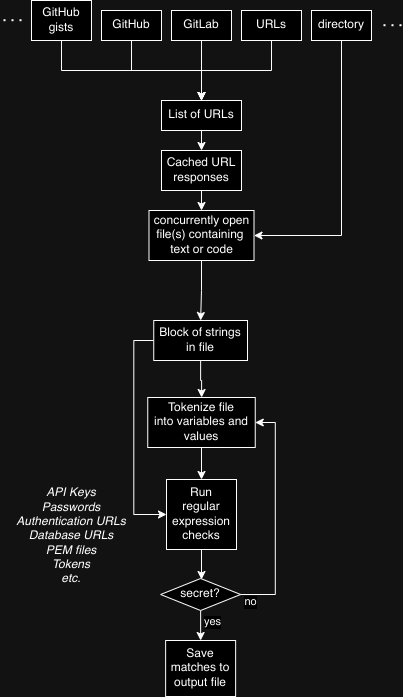
Earlier version of the draw.io export media/secretsnitch_basic.drawio.png (nyxragon/secretsnitch). Source tidied: cells renumbered, new cells last; positions are measured from the earlier drawing's top-left corner, leaving out a move shared by most shapes.
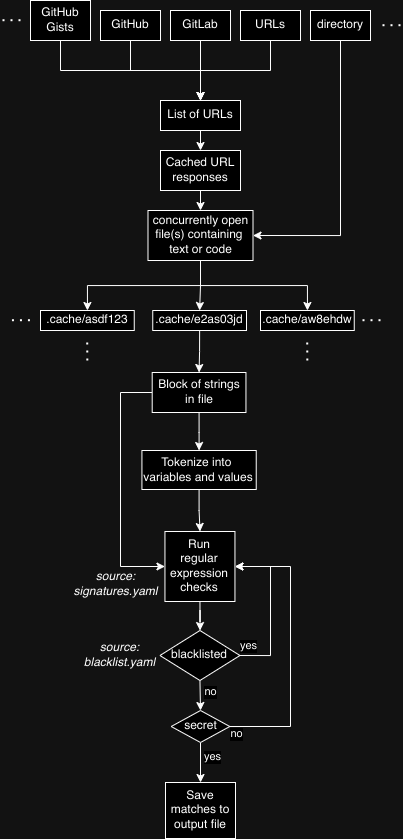
The same file after the commit.

What changed in the source:
```diff
@@ -2,9 +2,15 @@
   <root>
     <mxCell id="0" />
     <mxCell id="1" parent="0" />
-    <mxCell id="2" style="edgeStyle=orthogonalEdgeStyle;rounded=0;jettySize=auto;html=1;exitX=0.5;exitY=1;exitDx=0;exitDy=0;entryX=0.5;entryY=0;entryDx=0;entryDy=0;" parent="1" edge="1" source="3" target="27">
-      <mxGeometry relative="1" as="geometry" />
-    </mxCell>
+    <mxCell id="34" style="edgeStyle=orthogonalEdgeStyle;rounded=0;jettySize=auto;html=1;exitX=0.5;exitY=1;exitDx=0;exitDy=0;entryX=0.5;entryY=0;entryDx=0;entryDy=0;" parent="1" edge="1" source="3" target="39">
+      <mxGeometry relative="1" as="geometry" />
+    </mxCell>
+    <mxCell id="35" style="edgeStyle=orthogonalEdgeStyle;rounded=0;jettySize=auto;html=1;exitX=0.5;exitY=1;exitDx=0;exitDy=0;" parent="1" edge="1" source="3" target="37">
+      <mxGeometry relative="1" as="geometry" />
+    </mxCell>
+    <mxCell id="36" style="edgeStyle=orthogonalEdgeStyle;rounded=0;jettySize=auto;html=1;exitX=0.5;exitY=1;exitDx=0;exitDy=0;" parent="1" edge="1" source="3" target="40">
+      <mxGeometry relative="1" as="geometry" />
+    </mxCell>
     <mxCell id="3" value="concurrently open file(s) containing&amp;nbsp;&lt;div&gt;text or code&lt;/div&gt;" style="rounded=0;whiteSpace=wrap;html=1;" parent="1" vertex="1">
       <mxGeometry x="147.5" y="210" width="105" height="50" as="geometry" />
     </mxCell>
@@ -35,7 +41,7 @@
     <mxCell id="12" style="edgeStyle=orthogonalEdgeStyle;rounded=0;jettySize=auto;html=1;exitX=0.5;exitY=1;exitDx=0;exitDy=0;entryX=0.5;entryY=0;entryDx=0;entryDy=0;" parent="1" edge="1" source="13" target="16">
       <mxGeometry relative="1" as="geometry" />
     </mxCell>
-    <mxCell id="13" value="GitHub&lt;br&gt;gists" style="rounded=0;whiteSpace=wrap;html=1;" parent="1" vertex="1">
+    <mxCell id="13" value="GitHub&lt;br&gt;Gists" style="rounded=0;whiteSpace=wrap;html=1;" parent="1" vertex="1">
       <mxGeometry x="30" width="60" height="40" as="geometry" />
     </mxCell>
     <mxCell id="14" style="endArrow=none;dashed=1;html=1;dashPattern=1 3;strokeWidth=2;rounded=0;" parent="1" edge="1">
@@ -65,31 +71,34 @@
     <mxCell id="20" style="edgeStyle=orthogonalEdgeStyle;rounded=0;jettySize=auto;html=1;exitX=0.5;exitY=1;exitDx=0;exitDy=0;" parent="1" edge="1" source="21" target="23">
       <mxGeometry relative="1" as="geometry" />
     </mxCell>
-    <mxCell id="21" value="Tokenize file&lt;br&gt;into variables and values" style="rounded=0;whiteSpace=wrap;html=1;" parent="1" vertex="1">
-      <mxGeometry x="146.2" y="397" width="107.5" height="50" as="geometry" />
+    <mxCell id="21" value="Tokenize into&amp;nbsp;&lt;div&gt;variables and values&lt;/div&gt;" style="rounded=0;whiteSpace=wrap;html=1;" parent="1" vertex="1">
+      <mxGeometry x="141.4" y="450" width="114.3" height="39" as="geometry" />
     </mxCell>
-    <mxCell id="22" style="edgeStyle=orthogonalEdgeStyle;rounded=0;jettySize=auto;html=1;exitX=0.5;exitY=1;exitDx=0;exitDy=0;entryX=0.5;entryY=0;entryDx=0;entryDy=0;" parent="1" edge="1" source="23">
-      <mxGeometry relative="1" as="geometry">
-        <mxPoint x="200" y="579" as="targetPoint" />
-      </mxGeometry>
+    <mxCell id="22" style="edgeStyle=orthogonalEdgeStyle;rounded=0;jettySize=auto;html=1;exitX=0.5;exitY=1;exitDx=0;exitDy=0;" parent="1" edge="1" source="23" target="49">
+      <mxGeometry relative="1" as="geometry" />
     </mxCell>
     <mxCell id="23" value="Run&lt;br&gt;regular expression checks" style="rounded=0;whiteSpace=wrap;html=1;" parent="1" vertex="1">
-      <mxGeometry x="165" y="479" width="70" height="70" as="geometry" />
+      <mxGeometry x="164.4" y="531" width="70" height="70" as="geometry" />
     </mxCell>
-    <mxCell id="24" value="&lt;i&gt;API Keys&lt;br&gt;Passwords&lt;br&gt;Authentication URLs&lt;/i&gt;&lt;div&gt;&lt;i&gt;Database URLs&lt;br&gt;PEM files&lt;/i&gt;&lt;/div&gt;&lt;div&gt;&lt;i&gt;Tokens&lt;/i&gt;&lt;/div&gt;&lt;div&gt;&lt;i&gt;etc.&lt;/i&gt;&lt;/div&gt;" style="text;html=1;align=center;verticalAlign=middle;whiteSpace=wrap;rounded=0;" parent="1" vertex="1">
-      <mxGeometry x="10" y="479" width="120" height="114" as="geometry" />
+    <mxCell id="24" value="&lt;i&gt;source:&lt;br&gt;signatures.yaml&lt;/i&gt;" style="text;html=1;align=center;verticalAlign=middle;whiteSpace=wrap;rounded=0;" parent="1" vertex="1">
+      <mxGeometry x="70.5" y="567" width="89.5" height="34" as="geometry" />
     </mxCell>
     <mxCell id="25" style="edgeStyle=orthogonalEdgeStyle;rounded=0;jettySize=auto;html=1;exitX=0.5;exitY=1;exitDx=0;exitDy=0;" parent="1" edge="1" source="27" target="21">
       <mxGeometry relative="1" as="geometry" />
     </mxCell>
     <mxCell id="26" style="edgeStyle=orthogonalEdgeStyle;rounded=0;jettySize=auto;html=1;exitX=0;exitY=0.5;exitDx=0;exitDy=0;entryX=0;entryY=0.5;entryDx=0;entryDy=0;" parent="1" edge="1" source="27" target="23">
-      <mxGeometry relative="1" as="geometry" />
+      <mxGeometry relative="1" as="geometry">
+        <Array as="points">
+          <mxPoint x="120" y="392" />
+          <mxPoint x="120" y="566" />
+        </Array>
+      </mxGeometry>
     </mxCell>
     <mxCell id="27" value="Block of strings&lt;br&gt;in file" style="rounded=0;whiteSpace=wrap;html=1;" parent="1" vertex="1">
-      <mxGeometry x="152.2" y="320" width="93.8" height="40" as="geometry" />
+      <mxGeometry x="151.7" y="372" width="93.8" height="40" as="geometry" />
     </mxCell>
     <mxCell id="28" value="Save matches to output file" style="rounded=0;whiteSpace=wrap;html=1;" parent="1" vertex="1">
-      <mxGeometry x="164.1" y="640" width="70" height="56" as="geometry" />
+      <mxGeometry x="165" y="782" width="70" height="56" as="geometry" />
     </mxCell>
     <mxCell id="29" style="edgeStyle=orthogonalEdgeStyle;rounded=0;jettySize=auto;html=1;exitX=0.5;exitY=1;exitDx=0;exitDy=0;entryX=0.5;entryY=0;entryDx=0;entryDy=0;" parent="1" edge="1" source="33" target="28">
       <mxGeometry relative="1" as="geometry" />
@@ -99,16 +108,84 @@
         <mxPoint x="12" as="offset" />
       </mxGeometry>
     </mxCell>
-    <mxCell id="31" style="edgeStyle=orthogonalEdgeStyle;rounded=0;jettySize=auto;html=1;exitX=1;exitY=0.5;exitDx=0;exitDy=0;entryX=1;entryY=0.5;entryDx=0;entryDy=0;" parent="1" edge="1" source="33" target="21">
-      <mxGeometry relative="1" as="geometry" />
+    <mxCell id="31" style="edgeStyle=orthogonalEdgeStyle;rounded=0;jettySize=auto;html=1;exitX=1;exitY=0.5;exitDx=0;exitDy=0;entryX=1;entryY=0.5;entryDx=0;entryDy=0;" parent="1" edge="1" source="33" target="23">
+      <mxGeometry relative="1" as="geometry">
+        <Array as="points">
+          <mxPoint x="290" y="726" />
+          <mxPoint x="290" y="566" />
+        </Array>
+      </mxGeometry>
     </mxCell>
     <mxCell id="32" value="no" style="edgeLabel;html=1;align=center;verticalAlign=middle;" parent="31" vertex="1">
       <mxGeometry x="-0.82" y="1" relative="1" as="geometry">
-        <mxPoint x="-12" y="8" as="offset" />
+        <mxPoint x="-19" y="8" as="offset" />
       </mxGeometry>
     </mxCell>
-    <mxCell id="33" value="secret?" style="rhombus;whiteSpace=wrap;html=1;" parent="1" vertex="1">
-      <mxGeometry x="159.1" y="578" width="80" height="32" as="geometry" />
+    <mxCell id="33" value="secret" style="rhombus;whiteSpace=wrap;html=1;" parent="1" vertex="1">
+      <mxGeometry x="170.7" y="710" width="58.6" height="32" as="geometry" />
     </mxCell>
+    <mxCell id="37" value=".cache/asdf123" style="rounded=0;whiteSpace=wrap;html=1;" parent="1" vertex="1">
+      <mxGeometry x="40" y="310" width="93.8" height="20" as="geometry" />
+    </mxCell>
+    <mxCell id="38" style="edgeStyle=orthogonalEdgeStyle;rounded=0;jettySize=auto;html=1;exitX=0.5;exitY=1;exitDx=0;exitDy=0;" parent="1" edge="1" source="39" target="27">
+      <mxGeometry relative="1" as="geometry" />
+    </mxCell>
+    <mxCell id="39" value=".cache/e2as03jd" style="rounded=0;whiteSpace=wrap;html=1;" parent="1" vertex="1">
+      <mxGeometry x="152.2" y="310" width="93.8" height="20" as="geometry" />
+    </mxCell>
+    <mxCell id="40" value=".cache/aw8ehdw" style="rounded=0;whiteSpace=wrap;html=1;" parent="1" vertex="1">
+      <mxGeometry x="260" y="310" width="93.8" height="20" as="geometry" />
+    </mxCell>
+    <mxCell id="41" style="endArrow=none;dashed=1;html=1;dashPattern=1 3;strokeWidth=2;rounded=0;" parent="1" edge="1">
+      <mxGeometry relative="1" as="geometry">
+        <mxPoint x="29.5" y="319.7" as="sourcePoint" />
+        <mxPoint x="9.5" y="319.7" as="targetPoint" />
+      </mxGeometry>
+    </mxCell>
+    <mxCell id="42" style="endArrow=none;dashed=1;html=1;dashPattern=1 3;strokeWidth=2;rounded=0;" parent="1" edge="1">
+      <mxGeometry relative="1" as="geometry">
+        <mxPoint x="380" y="319.7" as="sourcePoint" />
+        <mxPoint x="360" y="319.7" as="targetPoint" />
+      </mxGeometry>
+    </mxCell>
+    <mxCell id="43" style="endArrow=none;dashed=1;html=1;dashPattern=1 3;strokeWidth=2;rounded=0;" parent="1" edge="1">
+      <mxGeometry relative="1" as="geometry">
+        <mxPoint x="86.8" y="360" as="sourcePoint" />
+        <mxPoint x="86.7" y="340" as="targetPoint" />
+      </mxGeometry>
+    </mxCell>
+    <mxCell id="44" style="endArrow=none;dashed=1;html=1;dashPattern=1 3;strokeWidth=2;rounded=0;" parent="1" edge="1">
+      <mxGeometry relative="1" as="geometry">
+        <mxPoint x="306.8" y="360" as="sourcePoint" />
+        <mxPoint x="306.7" y="340" as="targetPoint" />
+      </mxGeometry>
+    </mxCell>
+    <mxCell id="45" style="edgeStyle=orthogonalEdgeStyle;rounded=0;jettySize=auto;html=1;exitX=0.5;exitY=1;exitDx=0;exitDy=0;entryX=0.5;entryY=0;entryDx=0;entryDy=0;" parent="1" edge="1" source="49" target="33">
+      <mxGeometry relative="1" as="geometry" />
+    </mxCell>
+    <mxCell id="46" value="no" style="edgeLabel;html=1;align=center;verticalAlign=middle;" parent="45" vertex="1">
+      <mxGeometry x="-0.18" relative="1" as="geometry">
+        <mxPoint x="10" as="offset" />
+      </mxGeometry>
+    </mxCell>
+    <mxCell id="47" style="edgeStyle=orthogonalEdgeStyle;rounded=0;jettySize=auto;html=1;exitX=1;exitY=0.5;exitDx=0;exitDy=0;entryX=1;entryY=0.5;entryDx=0;entryDy=0;" parent="1" edge="1" source="49" target="23">
+      <mxGeometry relative="1" as="geometry">
+        <Array as="points">
+          <mxPoint x="270" y="655" />
+          <mxPoint x="270" y="566" />
+        </Array>
+      </mxGeometry>
+    </mxCell>
+    <mxCell id="48" value="yes" style="edgeLabel;html=1;align=center;verticalAlign=middle;" parent="47" vertex="1">
+      <mxGeometry x="-0.88" y="2" relative="1" as="geometry">
+        <mxPoint x="-1" y="-8" as="offset" />
+      </mxGeometry>
+    </mxCell>
+    <mxCell id="49" value="blacklisted" style="rhombus;whiteSpace=wrap;html=1;" parent="1" vertex="1">
+      <mxGeometry x="159.4" y="630" width="80" height="50" as="geometry" />
+    </mxCell>
+    <mxCell id="50" value="&lt;i&gt;source:&lt;br&gt;blacklist.yaml&lt;/i&gt;" style="text;html=1;align=center;verticalAlign=middle;whiteSpace=wrap;rounded=0;" parent="1" vertex="1">
+      <mxGeometry x="80" y="638" width="79.5" height="34" as="geometry" />
+    </mxCell>
   </root>
 </mxGraphModel>
```
